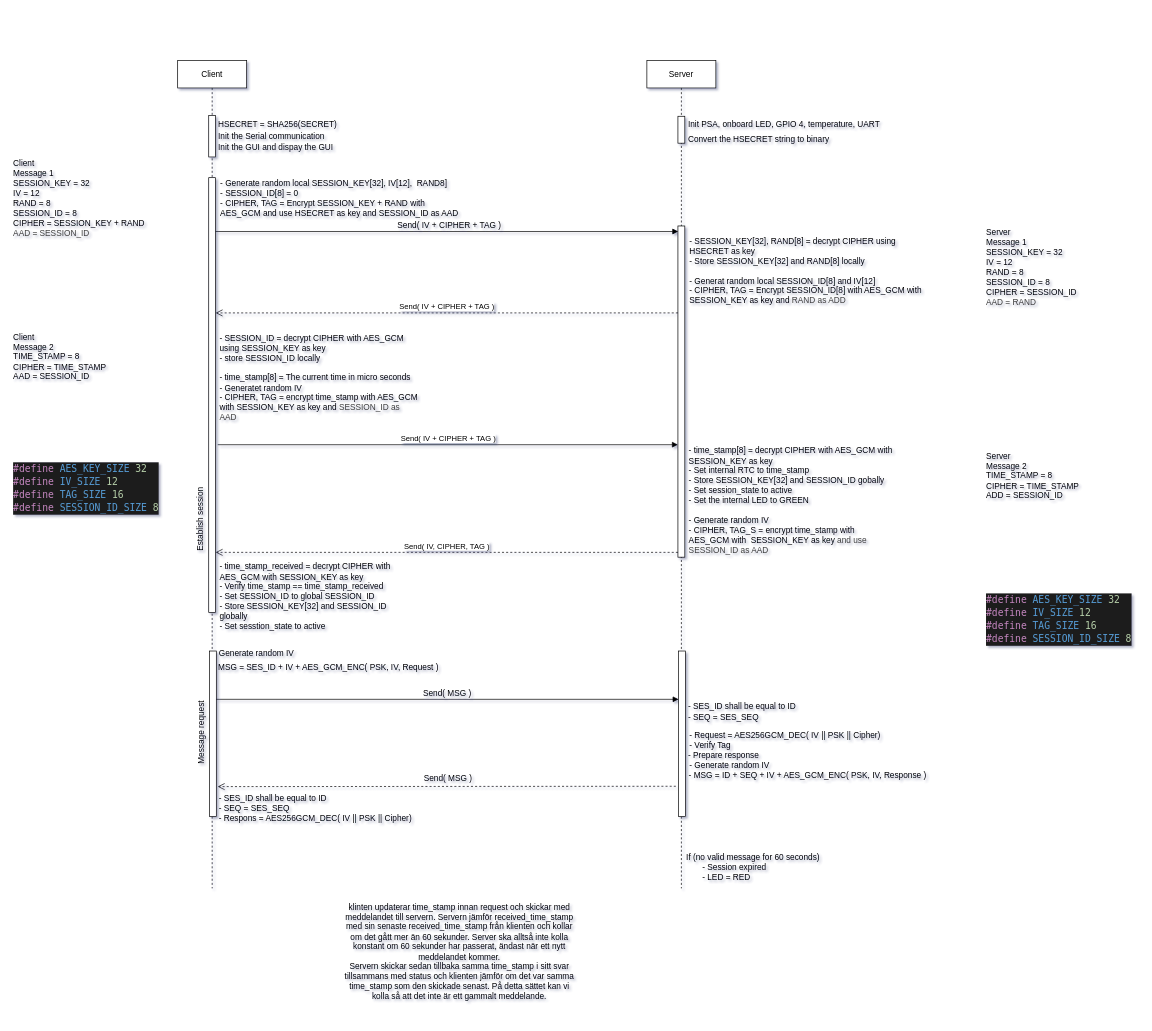
AlexanderKimfors/Exam_security keeps this draw.io diagram as Diagram/sequens_diagram.drawio. Above is the earlier version. Source tidied: cells renumbered, new cells numbered last; positions are measured from the earlier drawing's top-left corner, leaving out a move shared by most shapes. Both pictures are drawn from the tidied source at 69%, with x=0, y=0 at pixel (-140, 12).
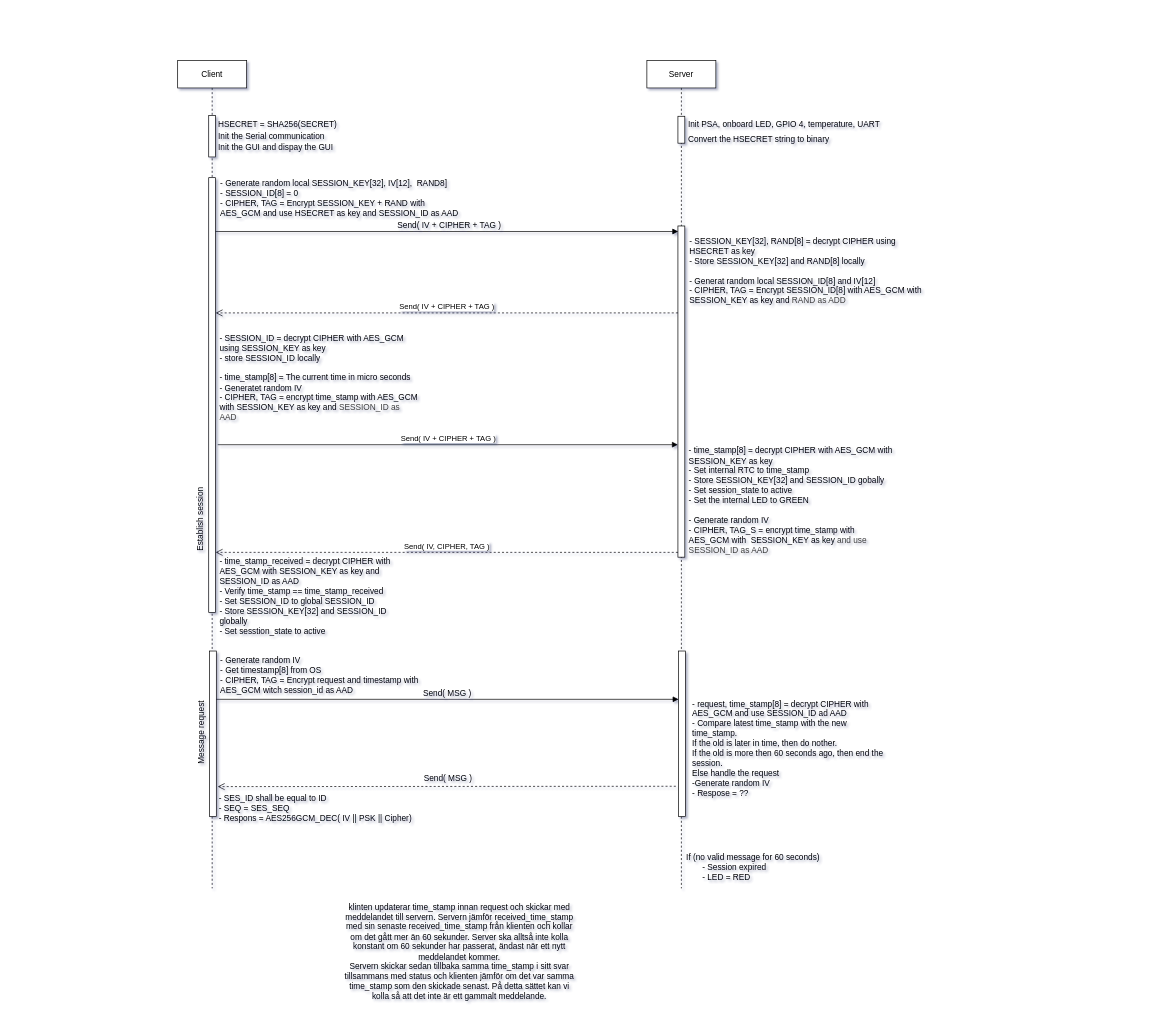
The same diagram, later.

What changed in the source:
```diff
@@
-    <mxCell id="17" value="Generate random IV" style="text;html=1;align=left;verticalAlign=middle;whiteSpace=wrap;rounded=0;" parent="1" vertex="1">
-      <mxGeometry x="518" y="920" width="113" height="20" as="geometry" />
-    </mxCell>
@@
-    <mxCell id="19" value="- Request = AES256GCM_DEC( IV || PSK || Cipher)" style="text;html=1;align=left;verticalAlign=middle;whiteSpace=wrap;rounded=0;" parent="1" vertex="1">
-      <mxGeometry x="1200" y="1038" width="292" height="20" as="geometry" />
-    </mxCell>
-    <mxCell id="20" value="&lt;div&gt;- SES_ID shall be equal to ID&lt;/div&gt;&lt;div&gt;- SEQ = SES_SEQ&lt;/div&gt;" style="text;html=1;align=left;verticalAlign=middle;whiteSpace=wrap;rounded=0;" parent="1" vertex="1">
-      <mxGeometry x="1198" y="989" width="263" height="50" as="geometry" />
+    <mxCell id="20" value="- request, time_stamp[8] = decrypt CIPHER with AES_GCM and use SESSION_ID ad AAD&lt;div&gt;- Compare latest time_stamp with the new time_stamp.&amp;nbsp;&lt;/div&gt;&lt;div&gt;If the old is later in time, then do nother.&lt;/div&gt;&lt;div&gt;If the old is more then 60 seconds ago, then end the session.&lt;/div&gt;&lt;div&gt;Else handle the request&lt;/div&gt;&lt;div&gt;-Generate random IV&lt;/div&gt;&lt;div&gt;- Respose = ??&lt;/div&gt;" style="text;html=1;align=left;verticalAlign=middle;whiteSpace=wrap;rounded=0;" parent="1" vertex="1">
+      <mxGeometry x="1204" y="997" width="290" height="140" as="geometry" />
     </mxCell>
-    <mxCell id="21" value="- Generate random IV" style="text;html=1;align=left;verticalAlign=middle;whiteSpace=wrap;rounded=0;" parent="1" vertex="1">
-      <mxGeometry x="1200" y="1082" width="131" height="20" as="geometry" />
-    </mxCell>
@@
-    <mxCell id="28" value="MSG = SES_ID + IV + AES_GCM_ENC( PSK, IV, Request )" style="text;html=1;align=left;verticalAlign=middle;whiteSpace=wrap;rounded=0;" parent="1" vertex="1">
-      <mxGeometry x="517" y="940" width="401" height="20" as="geometry" />
+    <mxCell id="28" value="&lt;span style=&quot;color: rgb(0, 0, 0);&quot;&gt;- Generate random IV&lt;/span&gt;&lt;div&gt;&lt;font color=&quot;#000000&quot;&gt;- Get timestamp[8] from OS&lt;br&gt;&lt;/font&gt;&lt;div&gt;&lt;span style=&quot;background-color: transparent;&quot;&gt;- CIPHER, TAG = Encrypt request and timestamp with AES_GCM witch session_id as AAD&lt;/span&gt;&lt;/div&gt;&lt;/div&gt;" style="text;html=1;align=left;verticalAlign=middle;whiteSpace=wrap;rounded=0;" parent="1" vertex="1">
+      <mxGeometry x="520" y="924" width="300" height="73" as="geometry" />
     </mxCell>
-    <mxCell id="29" value="- Verify Tag" style="text;html=1;align=left;verticalAlign=middle;whiteSpace=wrap;rounded=0;" parent="1" vertex="1">
-      <mxGeometry x="1200" y="1053" width="80" height="20" as="geometry" />
-    </mxCell>
-    <mxCell id="30" value="- Prepare response" style="text;html=1;align=left;verticalAlign=middle;whiteSpace=wrap;rounded=0;" parent="1" vertex="1">
-      <mxGeometry x="1198" y="1067" width="110" height="20" as="geometry" />
-    </mxCell>
-    <mxCell id="31" value="- MSG = ID + SEQ + IV + AES_GCM_ENC( PSK, IV, Response )" style="text;html=1;align=left;verticalAlign=middle;whiteSpace=wrap;rounded=0;" parent="1" vertex="1">
-      <mxGeometry x="1199" y="1097" width="350" height="20" as="geometry" />
-    </mxCell>
@@
-    <mxCell id="45" value="- time_stamp_received = decrypt CIPHER with AES_GCM with SESSION_KEY as key&lt;div&gt;- Verify time_stamp == time_stamp_received&lt;/div&gt;&lt;div&gt;- Set SESSION_ID to global SESSION_ID&lt;/div&gt;&lt;div&gt;- Store SESSION_KEY[32] and SESSION_ID globally&lt;/div&gt;&lt;div&gt;- Set sesstion_state to active&lt;/div&gt;" style="text;html=1;align=left;verticalAlign=middle;whiteSpace=wrap;rounded=0;" parent="1" vertex="1">
+    <mxCell id="45" value="- time_stamp_received = decrypt CIPHER with AES_GCM with SESSION_KEY as key and SESSION_ID as AAD&lt;div&gt;- Verify time_stamp == time_stamp_received&lt;/div&gt;&lt;div&gt;- Set SESSION_ID to global SESSION_ID&lt;/div&gt;&lt;div&gt;- Store SESSION_KEY[32] and SESSION_ID globally&lt;/div&gt;&lt;div&gt;- Set sesstion_state to active&lt;/div&gt;" style="text;html=1;align=left;verticalAlign=middle;whiteSpace=wrap;rounded=0;" parent="1" vertex="1">
       <mxGeometry x="519" y="793" width="261" height="107" as="geometry" />
     </mxCell>
@@
-    <mxCell id="47" value="Client&lt;div&gt;Message 1&lt;br&gt;SESSION_KEY = 32&lt;/div&gt;&lt;div&gt;IV = 12&lt;/div&gt;&lt;div&gt;RAND = 8&lt;/div&gt;&lt;div&gt;SESSION_ID = 8&lt;/div&gt;&lt;div&gt;CIPHER = SESSION_KEY + RAND&lt;/div&gt;&lt;div&gt;&lt;span style=&quot;color: rgb(63, 63, 63); background-color: transparent;&quot;&gt;AAD = SESSION_ID&lt;/span&gt;&amp;nbsp;&lt;/div&gt;" style="text;html=1;align=left;verticalAlign=middle;whiteSpace=wrap;rounded=0;" parent="1" vertex="1">
-      <mxGeometry x="220" y="210" width="220" height="120" as="geometry" />
-    </mxCell>
-    <mxCell id="48" value="Client&lt;div&gt;Message 2&lt;/div&gt;&lt;div&gt;TIME_STAMP = 8&lt;/div&gt;&lt;div&gt;CIPHER = TIME_STAMP&lt;/div&gt;&lt;div&gt;AAD = SESSION_ID&lt;/div&gt;" style="text;html=1;align=left;verticalAlign=middle;whiteSpace=wrap;rounded=0;" parent="1" vertex="1">
-      <mxGeometry x="220" y="440" width="220" height="120" as="geometry" />
-    </mxCell>
-    <mxCell id="49" value="Server&lt;br&gt;&lt;div&gt;Message 1&lt;br&gt;SESSION_KEY = 32&lt;/div&gt;&lt;div&gt;IV = 12&lt;/div&gt;&lt;div&gt;RAND = 8&lt;/div&gt;&lt;div&gt;SESSION_ID = 8&lt;/div&gt;&lt;div&gt;CIPHER = SESSION_ID&lt;/div&gt;&lt;div&gt;&lt;span style=&quot;color: rgb(63, 63, 63); background-color: transparent;&quot;&gt;AAD = RAND&lt;/span&gt;&amp;nbsp;&lt;/div&gt;" style="text;html=1;align=left;verticalAlign=middle;whiteSpace=wrap;rounded=0;" parent="1" vertex="1">
-      <mxGeometry x="1630" y="310" width="220" height="120" as="geometry" />
-    </mxCell>
-    <mxCell id="50" value="Server&lt;br&gt;&lt;div&gt;Message 2&lt;br&gt;TIME_STAMP = 8&lt;/div&gt;&lt;div&gt;CIPHER = TIME_STAMP&lt;/div&gt;&lt;div&gt;ADD = SESSION_ID&lt;/div&gt;" style="text;html=1;align=left;verticalAlign=middle;whiteSpace=wrap;rounded=0;" parent="1" vertex="1">
-      <mxGeometry x="1630" y="630" width="200" height="84.5" as="geometry" />
-    </mxCell>
-    <mxCell id="51" value="&lt;div style=&quot;color: rgb(204, 204, 204); background-color: rgb(31, 31, 31); font-family: &amp;quot;Droid Sans Mono&amp;quot;, &amp;quot;monospace&amp;quot;, monospace; font-size: 14px; line-height: 19px; white-space: pre;&quot;&gt;&lt;div&gt;&lt;span style=&quot;color: #c586c0;&quot;&gt;#define&lt;/span&gt;&lt;span style=&quot;color: #569cd6;&quot;&gt; &lt;/span&gt;&lt;span style=&quot;color: #569cd6;&quot;&gt;AES_KEY_SIZE&lt;/span&gt;&lt;span style=&quot;color: #569cd6;&quot;&gt; &lt;/span&gt;&lt;span style=&quot;color: #b5cea8;&quot;&gt;32&lt;/span&gt;&lt;/div&gt;&lt;div&gt;&lt;span style=&quot;color: #c586c0;&quot;&gt;#define&lt;/span&gt;&lt;span style=&quot;color: #569cd6;&quot;&gt; &lt;/span&gt;&lt;span style=&quot;color: #569cd6;&quot;&gt;IV_SIZE&lt;/span&gt;&lt;span style=&quot;color: #569cd6;&quot;&gt; &lt;/span&gt;&lt;span style=&quot;color: #b5cea8;&quot;&gt;12&lt;/span&gt;&lt;/div&gt;&lt;div&gt;&lt;span style=&quot;color: #c586c0;&quot;&gt;#define&lt;/span&gt;&lt;span style=&quot;color: #569cd6;&quot;&gt; &lt;/span&gt;&lt;span style=&quot;color: #569cd6;&quot;&gt;TAG_SIZE&lt;/span&gt;&lt;span style=&quot;color: #569cd6;&quot;&gt; &lt;/span&gt;&lt;span style=&quot;color: #b5cea8;&quot;&gt;16&lt;/span&gt;&lt;/div&gt;&lt;div&gt;&lt;span style=&quot;color: #c586c0;&quot;&gt;#define&lt;/span&gt;&lt;span style=&quot;color: #569cd6;&quot;&gt; &lt;/span&gt;&lt;span style=&quot;color: #569cd6;&quot;&gt;SESSION_ID_SIZE&lt;/span&gt;&lt;span style=&quot;color: #569cd6;&quot;&gt; &lt;/span&gt;&lt;span style=&quot;color: #b5cea8;&quot;&gt;8&lt;/span&gt;&lt;/div&gt;&lt;/div&gt;" style="text;html=1;align=left;verticalAlign=middle;whiteSpace=wrap;rounded=0;" parent="1" vertex="1">
-      <mxGeometry x="220" y="630" width="220" height="120" as="geometry" />
-    </mxCell>
-    <mxCell id="52" value="&lt;div style=&quot;color: rgb(204, 204, 204); background-color: rgb(31, 31, 31); font-family: &amp;quot;Droid Sans Mono&amp;quot;, &amp;quot;monospace&amp;quot;, monospace; font-size: 14px; line-height: 19px; white-space: pre;&quot;&gt;&lt;div&gt;&lt;span style=&quot;color: #c586c0;&quot;&gt;#define&lt;/span&gt;&lt;span style=&quot;color: #569cd6;&quot;&gt; &lt;/span&gt;&lt;span style=&quot;color: #569cd6;&quot;&gt;AES_KEY_SIZE&lt;/span&gt;&lt;span style=&quot;color: #569cd6;&quot;&gt; &lt;/span&gt;&lt;span style=&quot;color: #b5cea8;&quot;&gt;32&lt;/span&gt;&lt;/div&gt;&lt;div&gt;&lt;span style=&quot;color: #c586c0;&quot;&gt;#define&lt;/span&gt;&lt;span style=&quot;color: #569cd6;&quot;&gt; &lt;/span&gt;&lt;span style=&quot;color: #569cd6;&quot;&gt;IV_SIZE&lt;/span&gt;&lt;span style=&quot;color: #569cd6;&quot;&gt; &lt;/span&gt;&lt;span style=&quot;color: #b5cea8;&quot;&gt;12&lt;/span&gt;&lt;/div&gt;&lt;div&gt;&lt;span style=&quot;color: #c586c0;&quot;&gt;#define&lt;/span&gt;&lt;span style=&quot;color: #569cd6;&quot;&gt; &lt;/span&gt;&lt;span style=&quot;color: #569cd6;&quot;&gt;TAG_SIZE&lt;/span&gt;&lt;span style=&quot;color: #569cd6;&quot;&gt; &lt;/span&gt;&lt;span style=&quot;color: #b5cea8;&quot;&gt;16&lt;/span&gt;&lt;/div&gt;&lt;div&gt;&lt;span style=&quot;color: #c586c0;&quot;&gt;#define&lt;/span&gt;&lt;span style=&quot;color: #569cd6;&quot;&gt; &lt;/span&gt;&lt;span style=&quot;color: #569cd6;&quot;&gt;SESSION_ID_SIZE&lt;/span&gt;&lt;span style=&quot;color: #569cd6;&quot;&gt; &lt;/span&gt;&lt;span style=&quot;color: #b5cea8;&quot;&gt;8&lt;/span&gt;&lt;/div&gt;&lt;/div&gt;" style="text;html=1;align=left;verticalAlign=middle;whiteSpace=wrap;rounded=0;" parent="1" vertex="1">
-      <mxGeometry x="1630" y="820" width="220" height="120" as="geometry" />
-    </mxCell>
```
